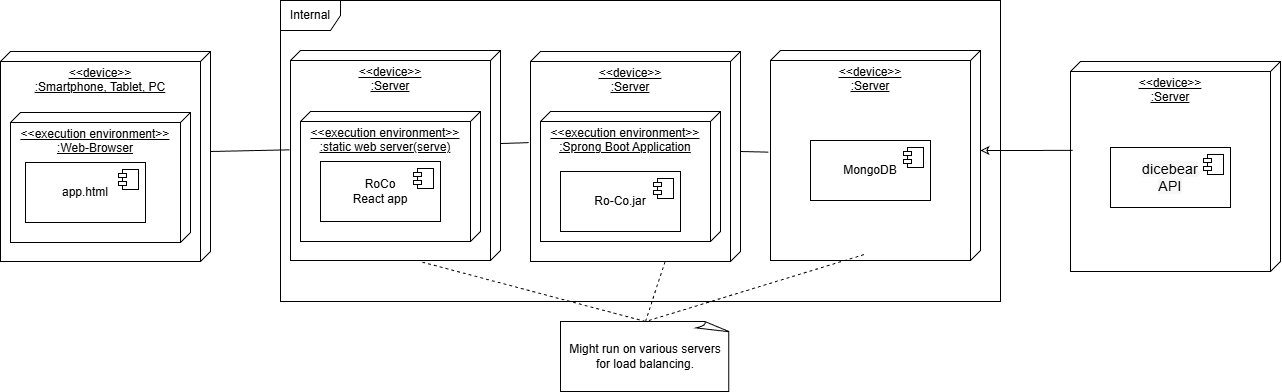
The draw.io diagram docs/source/pic/deploy.drawio.png in Patrick112233/Ro-Co, before a commit. Source tidied: cells renumbered, new cells last; positions are measured from the earlier drawing's top-left corner, leaving out a move shared by most shapes. The source it was exported from:
```xml
<mxGraphModel>
  <root>
    <mxCell id="0" />
    <mxCell id="1" parent="0" />
    <mxCell id="2" value="&amp;lt;&amp;lt;device&amp;gt;&amp;gt;&lt;br&gt;:Server" style="verticalAlign=top;align=center;spacingTop=8;spacingLeft=2;spacingRight=12;shape=cube;size=10;direction=south;fontStyle=4;html=1;whiteSpace=wrap;" parent="1" vertex="1">
      <mxGeometry x="530" y="51" width="210" height="210" as="geometry" />
    </mxCell>
    <mxCell id="3" value="&amp;lt;&amp;lt;execution environment&amp;gt;&amp;gt;&lt;br&gt;:Sprong Boot Application" style="verticalAlign=top;align=center;spacingTop=8;spacingLeft=2;spacingRight=12;shape=cube;size=10;direction=south;fontStyle=4;html=1;whiteSpace=wrap;" parent="1" vertex="1">
      <mxGeometry x="540" y="111" width="180" height="130" as="geometry" />
    </mxCell>
    <mxCell id="4" value="Ro-Co.jar" style="html=1;whiteSpace=wrap;" parent="1" vertex="1">
      <mxGeometry x="560" y="171" width="120" height="60" as="geometry" />
    </mxCell>
    <mxCell id="5" style="shape=module;jettyWidth=8;jettyHeight=4;" parent="4" vertex="1">
      <mxGeometry x="1" width="20" height="20" relative="1" as="geometry">
        <mxPoint x="-27" y="7" as="offset" />
      </mxGeometry>
    </mxCell>
    <mxCell id="6" value="&amp;lt;&amp;lt;device&amp;gt;&amp;gt;&lt;br&gt;:Server" style="verticalAlign=top;align=center;spacingTop=8;spacingLeft=2;spacingRight=12;shape=cube;size=10;direction=south;fontStyle=4;html=1;whiteSpace=wrap;" parent="1" vertex="1">
      <mxGeometry x="770" y="50" width="210" height="210" as="geometry" />
    </mxCell>
    <mxCell id="7" value="MongoDB" style="html=1;whiteSpace=wrap;" parent="1" vertex="1">
      <mxGeometry x="810" y="140" width="120" height="60" as="geometry" />
    </mxCell>
    <mxCell id="8" style="shape=module;jettyWidth=8;jettyHeight=4;" parent="7" vertex="1">
      <mxGeometry x="1" width="20" height="20" relative="1" as="geometry">
        <mxPoint x="-27" y="7" as="offset" />
      </mxGeometry>
    </mxCell>
    <mxCell id="9" value="&amp;lt;&amp;lt;device&amp;gt;&amp;gt;&lt;br&gt;:Server" style="verticalAlign=top;align=center;spacingTop=8;spacingLeft=2;spacingRight=12;shape=cube;size=10;direction=south;fontStyle=4;html=1;whiteSpace=wrap;" parent="1" vertex="1">
      <mxGeometry x="290" y="50" width="210" height="210" as="geometry" />
    </mxCell>
    <mxCell id="10" value="&amp;lt;&amp;lt;execution environment&amp;gt;&amp;gt;&lt;br&gt;:&lt;span style=&quot;&quot;&gt;static web server(serve)&lt;/span&gt;" style="verticalAlign=top;align=center;spacingTop=8;spacingLeft=2;spacingRight=12;shape=cube;size=10;direction=south;fontStyle=4;html=1;whiteSpace=wrap;" parent="1" vertex="1">
      <mxGeometry x="300" y="111" width="180" height="130" as="geometry" />
    </mxCell>
    <mxCell id="11" value="&amp;lt;&amp;lt;device&amp;gt;&amp;gt;&lt;br&gt;:Smartphone, Tablet, PC" style="verticalAlign=top;align=center;spacingTop=8;spacingLeft=2;spacingRight=12;shape=cube;size=10;direction=south;fontStyle=4;html=1;whiteSpace=wrap;" parent="1" vertex="1">
      <mxGeometry y="51" width="210" height="210" as="geometry" />
    </mxCell>
    <mxCell id="12" value="&amp;lt;&amp;lt;execution environment&amp;gt;&amp;gt;&lt;br&gt;:Web-Browser" style="verticalAlign=top;align=center;spacingTop=8;spacingLeft=2;spacingRight=12;shape=cube;size=10;direction=south;fontStyle=4;html=1;whiteSpace=wrap;" parent="1" vertex="1">
      <mxGeometry x="10" y="112" width="180" height="130" as="geometry" />
    </mxCell>
    <mxCell id="13" value="app.html" style="html=1;whiteSpace=wrap;" parent="1" vertex="1">
      <mxGeometry x="25" y="162" width="120" height="60" as="geometry" />
    </mxCell>
    <mxCell id="14" style="shape=module;jettyWidth=8;jettyHeight=4;" parent="13" vertex="1">
      <mxGeometry x="1" width="20" height="20" relative="1" as="geometry">
        <mxPoint x="-27" y="7" as="offset" />
      </mxGeometry>
    </mxCell>
    <mxCell id="15" style="rounded=0;jettySize=auto;html=1;exitX=0;exitY=0;exitDx=100;exitDy=0;exitPerimeter=0;entryX=0.473;entryY=1.004;entryDx=0;entryDy=0;entryPerimeter=0;endArrow=none;startFill=0;" parent="1" edge="1" source="11" target="9">
      <mxGeometry relative="1" as="geometry" />
    </mxCell>
    <mxCell id="16" style="rounded=0;jettySize=auto;html=1;exitX=0.443;exitY=0;exitDx=0;exitDy=0;exitPerimeter=0;entryX=0.434;entryY=1.009;entryDx=0;entryDy=0;entryPerimeter=0;endArrow=none;startFill=0;" parent="1" edge="1" source="9" target="2">
      <mxGeometry relative="1" as="geometry" />
    </mxCell>
    <mxCell id="17" style="rounded=0;jettySize=auto;html=1;exitX=0;exitY=0;exitDx=100;exitDy=0;exitPerimeter=0;entryX=0.484;entryY=1.01;entryDx=0;entryDy=0;entryPerimeter=0;endArrow=none;startFill=0;" parent="1" edge="1" source="2" target="6">
      <mxGeometry relative="1" as="geometry" />
    </mxCell>
    <mxCell id="18" value="Might run on various servers for load balancing." style="whiteSpace=wrap;html=1;shape=mxgraph.basic.document;" parent="1" vertex="1">
      <mxGeometry x="560" y="321" width="170" height="70" as="geometry" />
    </mxCell>
    <mxCell id="19" style="rounded=0;jettySize=auto;html=1;exitX=0.5;exitY=0;exitDx=0;exitDy=0;exitPerimeter=0;entryX=1.003;entryY=0.36;entryDx=0;entryDy=0;entryPerimeter=0;dashed=1;endArrow=none;startFill=0;" parent="1" edge="1" source="18" target="2">
      <mxGeometry relative="1" as="geometry" />
    </mxCell>
    <mxCell id="20" style="rounded=0;jettySize=auto;html=1;exitX=0.972;exitY=0.555;exitDx=0;exitDy=0;exitPerimeter=0;entryX=0.5;entryY=0;entryDx=0;entryDy=0;entryPerimeter=0;dashed=1;endArrow=none;startFill=0;" parent="1" edge="1" source="6" target="18">
      <mxGeometry relative="1" as="geometry" />
    </mxCell>
    <mxCell id="21" style="rounded=0;jettySize=auto;html=1;exitX=0.5;exitY=0;exitDx=0;exitDy=0;exitPerimeter=0;entryX=1.008;entryY=0.372;entryDx=0;entryDy=0;entryPerimeter=0;dashed=1;endArrow=none;startFill=0;" parent="1" edge="1" source="18" target="9">
      <mxGeometry relative="1" as="geometry" />
    </mxCell>
    <mxCell id="22" value="RoCo&lt;br&gt;React app" style="html=1;whiteSpace=wrap;" parent="1" vertex="1">
      <mxGeometry x="320" y="161" width="120" height="60" as="geometry" />
    </mxCell>
    <mxCell id="23" style="shape=module;jettyWidth=8;jettyHeight=4;" parent="22" vertex="1">
      <mxGeometry x="1" width="20" height="20" relative="1" as="geometry">
        <mxPoint x="-27" y="7" as="offset" />
      </mxGeometry>
    </mxCell>
    <mxCell id="24" value="&amp;lt;&amp;lt;device&amp;gt;&amp;gt;&lt;br&gt;:Server" style="verticalAlign=top;align=center;spacingTop=8;spacingLeft=2;spacingRight=12;shape=cube;size=10;direction=south;fontStyle=4;html=1;whiteSpace=wrap;" parent="1" vertex="1">
      <mxGeometry x="1070" y="61" width="210" height="210" as="geometry" />
    </mxCell>
    <mxCell id="25" value="Internal" style="shape=umlFrame;whiteSpace=wrap;html=1;" parent="1" vertex="1">
      <mxGeometry x="280" width="720" height="301" as="geometry" />
    </mxCell>
    <mxCell id="26" value="&lt;div&gt;&lt;span style=&quot;font-size: 14px; letter-spacing: 0.285714px; text-align: left; white-space: pre; background-color: rgb(247, 247, 247);&quot;&gt;&lt;font style=&quot;color: rgb(0, 0, 0);&quot; face=&quot;Helvetica&quot;&gt;dicebear&lt;br&gt;API&lt;/font&gt;&lt;/span&gt;&lt;/div&gt;" style="html=1;whiteSpace=wrap;" parent="1" vertex="1">
      <mxGeometry x="1110" y="147" width="120" height="60" as="geometry" />
    </mxCell>
    <mxCell id="27" style="shape=module;jettyWidth=8;jettyHeight=4;" parent="26" vertex="1">
      <mxGeometry x="1" width="20" height="20" relative="1" as="geometry">
        <mxPoint x="-27" y="7" as="offset" />
      </mxGeometry>
    </mxCell>
    <mxCell id="28" style="edgeStyle=orthogonalEdgeStyle;rounded=0;jettySize=auto;html=1;exitX=0;exitY=0;exitDx=100;exitDy=0;exitPerimeter=0;entryX=0.423;entryY=0.989;entryDx=0;entryDy=0;entryPerimeter=0;endArrow=none;endFill=1;startArrow=classic;startFill=0;" parent="1" edge="1" source="6" target="24">
      <mxGeometry relative="1" as="geometry" />
    </mxCell>
  </root>
</mxGraphModel>
```
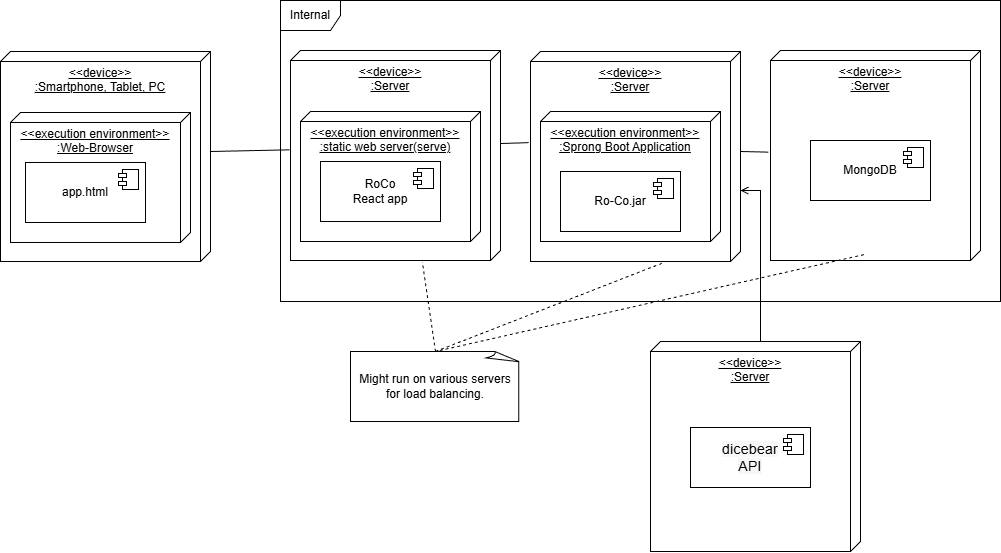
Above is the later version.

What changed in the source:
```diff
@@ -57,7 +57,7 @@
       <mxGeometry relative="1" as="geometry" />
     </mxCell>
     <mxCell id="18" value="Might run on various servers for load balancing." style="whiteSpace=wrap;html=1;shape=mxgraph.basic.document;" parent="1" vertex="1">
-      <mxGeometry x="560" y="321" width="170" height="70" as="geometry" />
+      <mxGeometry x="350" y="351" width="170" height="70" as="geometry" />
     </mxCell>
     <mxCell id="19" style="rounded=0;jettySize=auto;html=1;exitX=0.5;exitY=0;exitDx=0;exitDy=0;exitPerimeter=0;entryX=1.003;entryY=0.36;entryDx=0;entryDy=0;entryPerimeter=0;dashed=1;endArrow=none;startFill=0;" parent="1" edge="1" source="18" target="2">
       <mxGeometry relative="1" as="geometry" />
@@ -77,21 +77,25 @@
       </mxGeometry>
     </mxCell>
     <mxCell id="24" value="&amp;lt;&amp;lt;device&amp;gt;&amp;gt;&lt;br&gt;:Server" style="verticalAlign=top;align=center;spacingTop=8;spacingLeft=2;spacingRight=12;shape=cube;size=10;direction=south;fontStyle=4;html=1;whiteSpace=wrap;" parent="1" vertex="1">
-      <mxGeometry x="1070" y="61" width="210" height="210" as="geometry" />
+      <mxGeometry x="650" y="341" width="210" height="210" as="geometry" />
     </mxCell>
     <mxCell id="25" value="Internal" style="shape=umlFrame;whiteSpace=wrap;html=1;" parent="1" vertex="1">
       <mxGeometry x="280" width="720" height="301" as="geometry" />
     </mxCell>
     <mxCell id="26" value="&lt;div&gt;&lt;span style=&quot;font-size: 14px; letter-spacing: 0.285714px; text-align: left; white-space: pre; background-color: rgb(247, 247, 247);&quot;&gt;&lt;font style=&quot;color: rgb(0, 0, 0);&quot; face=&quot;Helvetica&quot;&gt;dicebear&lt;br&gt;API&lt;/font&gt;&lt;/span&gt;&lt;/div&gt;" style="html=1;whiteSpace=wrap;" parent="1" vertex="1">
-      <mxGeometry x="1110" y="147" width="120" height="60" as="geometry" />
+      <mxGeometry x="690" y="427" width="120" height="60" as="geometry" />
     </mxCell>
     <mxCell id="27" style="shape=module;jettyWidth=8;jettyHeight=4;" parent="26" vertex="1">
       <mxGeometry x="1" width="20" height="20" relative="1" as="geometry">
         <mxPoint x="-27" y="7" as="offset" />
       </mxGeometry>
     </mxCell>
-    <mxCell id="28" style="edgeStyle=orthogonalEdgeStyle;rounded=0;jettySize=auto;html=1;exitX=0;exitY=0;exitDx=100;exitDy=0;exitPerimeter=0;entryX=0.423;entryY=0.989;entryDx=0;entryDy=0;entryPerimeter=0;endArrow=none;endFill=1;startArrow=classic;startFill=0;" parent="1" edge="1" source="6" target="24">
-      <mxGeometry relative="1" as="geometry" />
+    <mxCell id="28" style="edgeStyle=orthogonalEdgeStyle;rounded=0;jettySize=auto;html=1;entryX=0;entryY=0;entryDx=0;entryDy=100;entryPerimeter=0;endArrow=none;endFill=1;startArrow=open;startFill=0;" parent="1" edge="1" source="2" target="24">
+      <mxGeometry relative="1" as="geometry">
+        <Array as="points">
+          <mxPoint x="760" y="190" />
+        </Array>
+      </mxGeometry>
     </mxCell>
   </root>
 </mxGraphModel>
```
